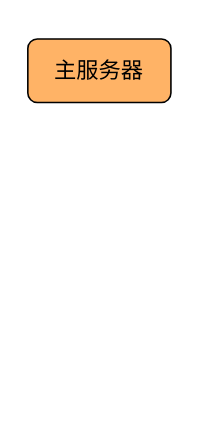
Above: Intelligent production line.drawio in Li-Chaoran/hello-world (draw.io), before the change. Source tidied: cells renumbered, new cells numbered last; positions are measured from the earlier drawing's top-left corner, leaving out a move shared by most shapes. Both pictures are drawn from the tidied source at 159%, with x=0, y=0 at pixel (27, 38).
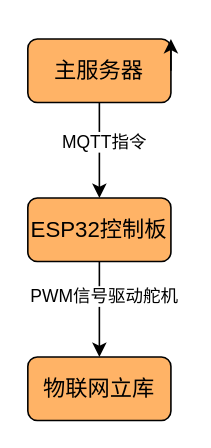
Above is the later version.

Change to the diagram source:
```diff
@@
 <mxGraphModel>
   <root>
     <mxCell id="0" />
     <mxCell id="1" parent="0" />
+    <mxCell id="3" style="edgeStyle=orthogonalEdgeStyle;rounded=0;jettySize=auto;html=1;" parent="1" edge="1" source="2" target="8">
+      <mxGeometry relative="1" as="geometry" />
+    </mxCell>
+    <mxCell id="4" value="MQTT指令" style="edgeLabel;html=1;align=center;verticalAlign=middle;" parent="3" vertex="1">
+      <mxGeometry x="-0.21" y="2" relative="1" as="geometry" />
+    </mxCell>
     <mxCell id="2" value="&lt;font style=&quot;font-size: 14px;&quot;&gt;主服务器&lt;/font&gt;" style="rounded=1;whiteSpace=wrap;html=1;fillColor=light-dark(#FFB366,var(--ge-dark-color, #121212));" parent="1" vertex="1">
       <mxGeometry width="90" height="40" as="geometry" />
     </mxCell>
+    <mxCell id="5" style="edgeStyle=orthogonalEdgeStyle;rounded=0;orthogonalLoop=1;jettySize=auto;html=1;exitX=1;exitY=0.5;exitDx=0;exitDy=0;entryX=1;entryY=0;entryDx=0;entryDy=0;" parent="1" edge="1" source="2" target="2">
+      <mxGeometry relative="1" as="geometry" />
+    </mxCell>
+    <mxCell id="6" style="edgeStyle=orthogonalEdgeStyle;rounded=0;jettySize=auto;html=1;" parent="1" edge="1" source="8" target="10">
+      <mxGeometry relative="1" as="geometry" />
+    </mxCell>
+    <mxCell id="7" value="PWM信号驱动舵机" style="edgeLabel;html=1;align=center;verticalAlign=middle;" parent="6" vertex="1">
+      <mxGeometry x="-0.31" y="2" relative="1" as="geometry" />
+    </mxCell>
+    <mxCell id="8" value="&lt;font style=&quot;font-size: 14px;&quot;&gt;ESP32控制板&lt;/font&gt;" style="rounded=1;whiteSpace=wrap;html=1;fillColor=light-dark(#FFB366,var(--ge-dark-color, #121212));" parent="1" vertex="1">
+      <mxGeometry y="100" width="90" height="40" as="geometry" />
+    </mxCell>
+    <mxCell id="9" style="edgeStyle=orthogonalEdgeStyle;rounded=0;jettySize=auto;html=1;exitX=1;exitY=0.5;exitDx=0;exitDy=0;" parent="1" edge="1" source="10">
+      <mxGeometry relative="1" as="geometry">
+        <mxPoint x="80" y="230" as="targetPoint" />
+      </mxGeometry>
+    </mxCell>
+    <mxCell id="10" value="&lt;font style=&quot;font-size: 14px;&quot;&gt;物联网立库&lt;/font&gt;" style="rounded=1;whiteSpace=wrap;html=1;fillColor=light-dark(#FFB366,var(--ge-dark-color, #121212));" parent="1" vertex="1">
+      <mxGeometry y="200" width="90" height="40" as="geometry" />
+    </mxCell>
   </root>
 </mxGraphModel>
```
